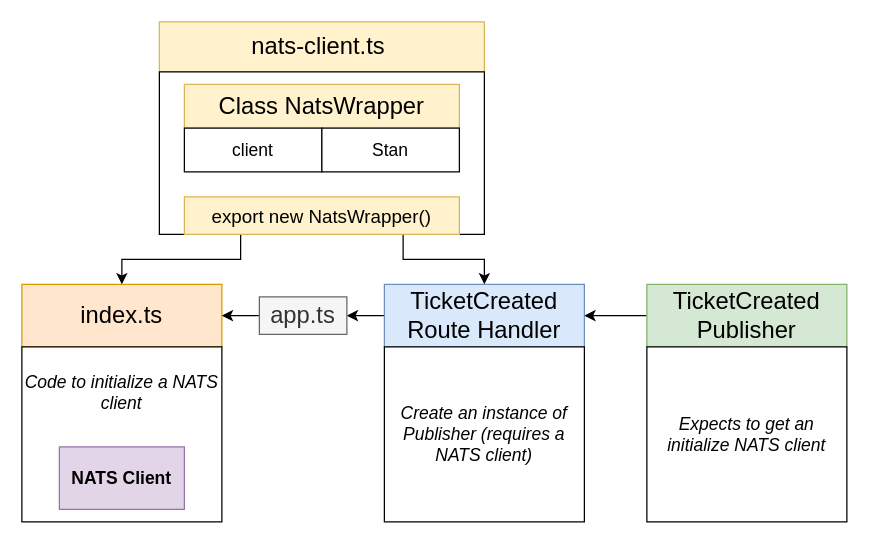
Above: page "03 - single" (4 of 10) of diagrams/05/14.drawio in HappySuzuki/microservices-cast (draw.io), before the change. Source tidied: cells renumbered, new cells numbered last; positions are measured from the earlier drawing's top-left corner, leaving out a move shared by most shapes. Both pictures are drawn from the tidied source at 125%, with x=0, y=0 at pixel (21, 21).
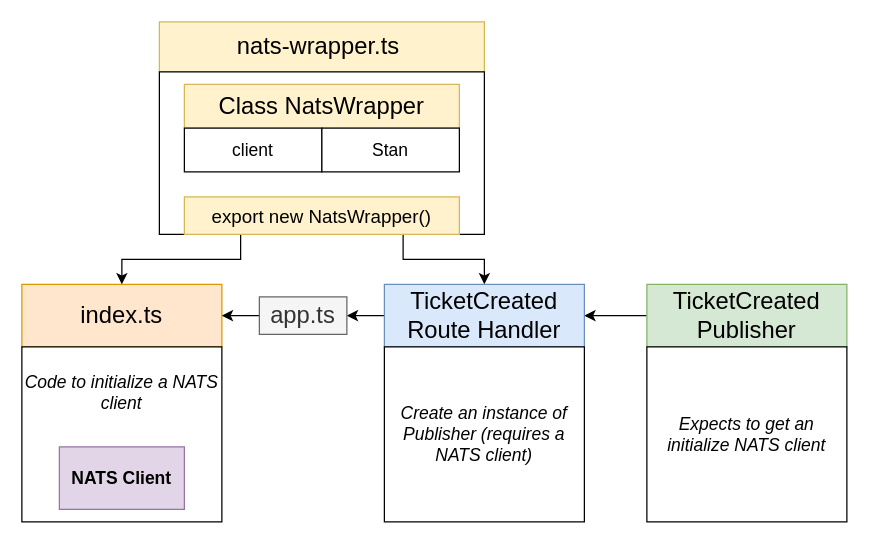
The same page after the edit.

What changed in the source:
```diff
@@
-    <mxCell id="13" value="nats-client.ts&amp;nbsp;" style="rounded=0;whiteSpace=wrap;html=1;fontStyle=0;fontSize=19;fillColor=#fff2cc;strokeColor=#d6b656;" parent="1" vertex="1">
+    <mxCell id="13" value="nats-wrapper.ts&amp;nbsp;" style="rounded=0;whiteSpace=wrap;html=1;fontStyle=0;fontSize=19;fillColor=#fff2cc;strokeColor=#d6b656;" parent="1" vertex="1">
       <mxGeometry x="110" width="260" height="40" as="geometry" />
     </mxCell>
```
